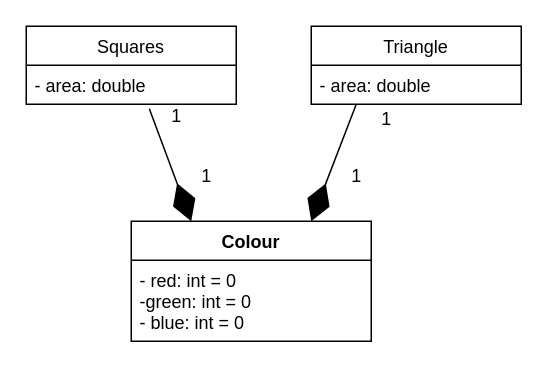
This is page "q4" (3 of 3) of Untitled Diagram.drawio from alickzheng/File-tests, a draw.io file, before an edit. Source tidied: cells renumbered, new cells numbered last; positions are measured from the earlier drawing's top-left corner, leaving out a move shared by most shapes. Both pictures are drawn from the tidied source at 150%, with x=0, y=0 at pixel (26, 26).
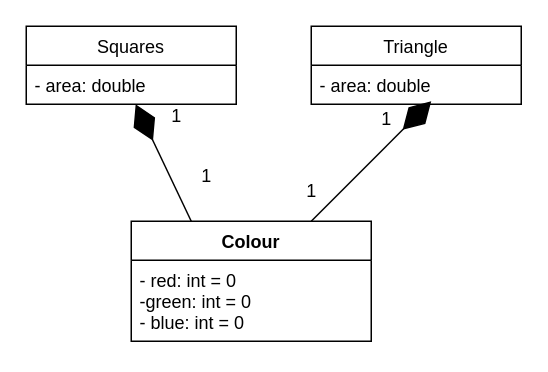
After the change.

What changed in the source:
```diff
@@
 <mxGraphModel>
   <root>
     <mxCell id="0" />
     <mxCell id="1" parent="0" />
     <mxCell id="2" value="Squares" style="swimlane;fontStyle=0;horizontal=1;startSize=26;fillColor=none;" parent="1" vertex="1">
       <mxGeometry width="140" height="52" as="geometry" />
     </mxCell>
     <mxCell id="3" value="- area: double" style="text;strokeColor=none;fillColor=none;align=left;verticalAlign=top;spacingLeft=4;spacingRight=4;overflow=hidden;points=[[0,0.5],[1,0.5]];portConstraint=eastwest;" parent="2" vertex="1">
       <mxGeometry y="26" width="140" height="26" as="geometry" />
     </mxCell>
     <mxCell id="4" value="Triangle" style="swimlane;fontStyle=0;horizontal=1;startSize=26;fillColor=none;" parent="1" vertex="1">
       <mxGeometry x="190" width="140" height="52" as="geometry" />
     </mxCell>
     <mxCell id="5" value="- area: double" style="text;strokeColor=none;fillColor=none;align=left;verticalAlign=top;spacingLeft=4;spacingRight=4;overflow=hidden;" parent="4" vertex="1">
       <mxGeometry y="26" width="140" height="26" as="geometry" />
     </mxCell>
     <mxCell id="6" value="Colour" style="swimlane;fontStyle=1;align=center;verticalAlign=top;horizontal=1;startSize=26;" parent="1" vertex="1">
       <mxGeometry x="70" y="130" width="160" height="80" as="geometry" />
     </mxCell>
     <mxCell id="7" value="- red: int = 0&#10;-green: int = 0&#10;- blue: int = 0" style="text;strokeColor=none;fillColor=none;align=left;verticalAlign=top;spacingLeft=4;spacingRight=4;overflow=hidden;" parent="6" vertex="1">
       <mxGeometry y="26" width="160" height="54" as="geometry" />
     </mxCell>
-    <mxCell id="8" style="endArrow=diamondThin;endFill=1;endSize=24;html=1;rounded=0;exitX=0.586;exitY=1.115;exitDx=0;exitDy=0;exitPerimeter=0;entryX=0.25;entryY=0;entryDx=0;entryDy=0;" parent="1" edge="1" source="3" target="6">
+    <mxCell id="8" style="endArrow=diamondThin;endFill=1;endSize=24;html=1;rounded=0;exitX=0.25;exitY=0;exitDx=0;exitDy=0;entryX=0.521;entryY=1;entryDx=0;entryDy=0;entryPerimeter=0;" parent="1" edge="1" source="6" target="3">
       <mxGeometry relative="1" as="geometry" />
     </mxCell>
-    <mxCell id="9" style="endArrow=diamondThin;endFill=1;endSize=24;html=1;rounded=0;exitX=0.586;exitY=1.115;exitDx=0;exitDy=0;exitPerimeter=0;entryX=0.75;entryY=0;entryDx=0;entryDy=0;" parent="1" edge="1" target="6">
+    <mxCell id="9" style="endArrow=diamondThin;endFill=1;endSize=24;html=1;rounded=0;exitX=0.75;exitY=0;exitDx=0;exitDy=0;" parent="1" edge="1" source="6">
       <mxGeometry relative="1" as="geometry">
-        <mxPoint x="220" y="52" as="sourcePoint" />
+        <mxPoint x="270" y="50" as="targetPoint" />
       </mxGeometry>
     </mxCell>
     <mxCell id="10" value="1" style="text;html=1;align=center;verticalAlign=middle;strokeColor=none;fillColor=none;" parent="1" vertex="1">
       <mxGeometry x="90" y="50" width="20" height="20" as="geometry" />
     </mxCell>
     <mxCell id="11" value="1" style="text;html=1;align=center;verticalAlign=middle;strokeColor=none;fillColor=none;" parent="1" vertex="1">
       <mxGeometry x="110" y="90" width="20" height="20" as="geometry" />
     </mxCell>
     <mxCell id="12" value="1" style="text;html=1;align=center;verticalAlign=middle;strokeColor=none;fillColor=none;" parent="1" vertex="1">
       <mxGeometry x="230" y="52" width="20" height="20" as="geometry" />
     </mxCell>
     <mxCell id="13" value="1" style="text;html=1;align=center;verticalAlign=middle;strokeColor=none;fillColor=none;" parent="1" vertex="1">
-      <mxGeometry x="210" y="90" width="20" height="20" as="geometry" />
+      <mxGeometry x="180" y="100" width="20" height="20" as="geometry" />
     </mxCell>
   </root>
 </mxGraphModel>
```
